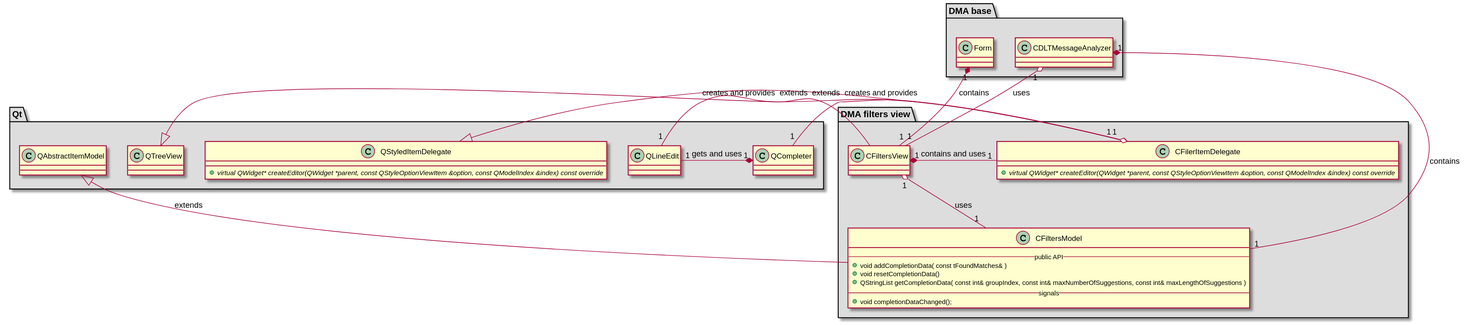
Before: dltmessageanalyzerplugin/src/filtersView/doc/class.svg, a diagram exported from PlantUML (svlad-90/DLT-Message-Analyzer).
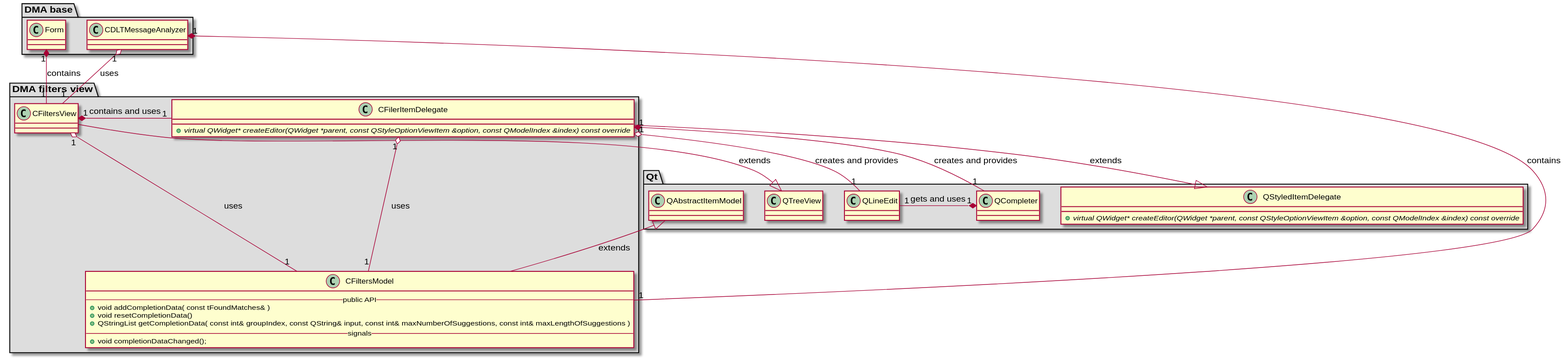
Later version of the same file.

Diff of the diagram source:
```diff
@@ -1,5 +1,4 @@
 @startuml
-
 
 package "Qt" #DDDDDD
 {
@@ -28,7 +27,7 @@
         --public API--
         +void addCompletionData( const tFoundMatches& )
         +void resetCompletionData()
-        +QStringList getCompletionData( const int& groupIndex, const int& maxNumberOfSuggestions, const int& maxLengthOfSuggestions )
+        +QStringList getCompletionData( const int& groupIndex, const QString& input, const int& maxNumberOfSuggestions, const int& maxLengthOfSuggestions )
         --signals--
         +void completionDataChanged();
     }
@@ -53,6 +52,6 @@
 
 CDLTMessageAnalyzer "1" o-- "1" CFiltersView : uses
 CFiltersView "1" o-- "1" CFiltersModel : uses
+CFilerItemDelegate "1" o-- "1" CFiltersModel : uses
 CFilerItemDelegate "1" o-- "1" QLineEdit : creates and provides
-
 @enduml
```
